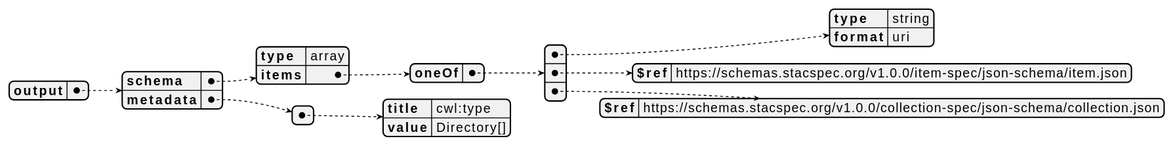
This is docs/opensartoolkit/ogc_processes_outputs.svg from Terradue/eoap-open-sar-toolkit, a PlantUML export, as it was before one commit. Its diagram source:
```plantuml
@startjson
{
  "output": {
    "schema": {
      "type": "array",
      "items": {
        "oneOf": [
          {
            "type": "string",
            "format": "uri"
          },
          {
            "$ref": "https://schemas.stacspec.org/v1.0.0/item-spec/json-schema/item.json"
          },
          {
            "$ref": "https://schemas.stacspec.org/v1.0.0/collection-spec/json-schema/collection.json"
          }
        ]
      }
    },
    "metadata": [
      {
        "title": "cwl:type",
        "value": "Directory[]"
      }
    ]
  }
}
@endjson
```
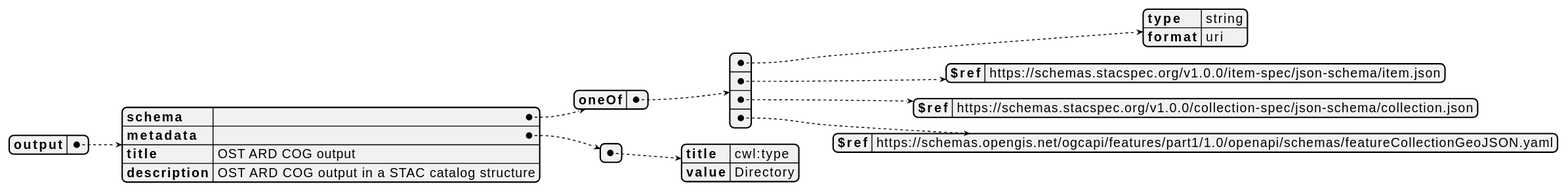
Above is the later version.

The edit, as a diff of the source:
```diff
@@ -2,28 +2,30 @@
 {
   "output": {
     "schema": {
-      "type": "array",
-      "items": {
-        "oneOf": [
-          {
-            "type": "string",
-            "format": "uri"
-          },
-          {
-            "$ref": "https://schemas.stacspec.org/v1.0.0/item-spec/json-schema/item.json"
-          },
-          {
-            "$ref": "https://schemas.stacspec.org/v1.0.0/collection-spec/json-schema/collection.json"
-          }
-        ]
-      }
+      "oneOf": [
+        {
+          "type": "string",
+          "format": "uri"
+        },
+        {
+          "$ref": "https://schemas.stacspec.org/v1.0.0/item-spec/json-schema/item.json"
+        },
+        {
+          "$ref": "https://schemas.stacspec.org/v1.0.0/collection-spec/json-schema/collection.json"
+        },
+        {
+          "$ref": "https://schemas.opengis.net/ogcapi/features/part1/1.0/openapi/schemas/featureCollectionGeoJSON.yaml"
+        }
+      ]
     },
     "metadata": [
       {
         "title": "cwl:type",
-        "value": "Directory[]"
+        "value": "Directory"
       }
-    ]
+    ],
+    "title": "OST ARD COG output",
+    "description": "OST ARD COG output in a STAC catalog structure"
   }
 }
 @endjson
```
